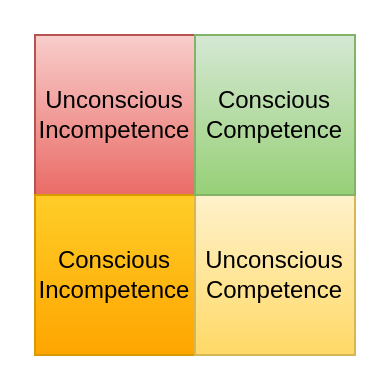
Above: stages-of-competence.drawio in nelly2k/notes (draw.io), before the change. Source tidied: cells renumbered, new cells numbered last; positions are measured from the earlier drawing's top-left corner, leaving out a move shared by most shapes. Both pictures are drawn from the tidied source at 200%, with x=0, y=0 at pixel (34, 34).
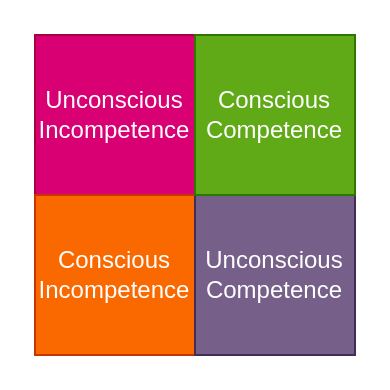
Above is the later version.

The edit, as a diff of the source:
```diff
@@
 <mxGraphModel>
   <root>
     <mxCell id="0" />
     <mxCell id="1" parent="0" />
-    <mxCell id="2" value="Unconscious&lt;br&gt;Incompetence" style="whiteSpace=wrap;html=1;gradientColor=#ea6b66;fillColor=#f8cecc;strokeColor=#b85450;" parent="1" vertex="1">
+    <mxCell id="2" value="Unconscious&lt;br&gt;Incompetence" style="whiteSpace=wrap;html=1;fillColor=#d80073;strokeColor=#A50040;fontColor=#ffffff;" parent="1" vertex="1">
       <mxGeometry width="80" height="80" as="geometry" />
     </mxCell>
-    <mxCell id="3" value="Conscious&lt;br&gt;Incompetence" style="whiteSpace=wrap;html=1;gradientColor=#ffa500;fillColor=#ffcd28;strokeColor=#d79b00;" parent="1" vertex="1">
+    <mxCell id="3" value="Conscious&lt;br&gt;Incompetence" style="whiteSpace=wrap;html=1;fillColor=#fa6800;strokeColor=#C73500;fontColor=#ffffff;" parent="1" vertex="1">
       <mxGeometry y="80" width="80" height="80" as="geometry" />
     </mxCell>
-    <mxCell id="4" value="Unconscious&lt;br&gt;Competence" style="whiteSpace=wrap;html=1;gradientColor=#ffd966;fillColor=#fff2cc;strokeColor=#d6b656;" parent="1" vertex="1">
+    <mxCell id="4" value="Unconscious&lt;br&gt;Competence" style="whiteSpace=wrap;html=1;fillColor=#76608a;strokeColor=#432D57;fontColor=#ffffff;" parent="1" vertex="1">
       <mxGeometry x="80" y="80" width="80" height="80" as="geometry" />
     </mxCell>
-    <mxCell id="5" value="Conscious&lt;br&gt;Competence" style="whiteSpace=wrap;html=1;gradientColor=#97d077;fillColor=#d5e8d4;strokeColor=#82b366;" parent="1" vertex="1">
+    <mxCell id="5" value="Conscious&lt;br&gt;Competence" style="whiteSpace=wrap;html=1;fillColor=#60a917;strokeColor=#2D7600;fontColor=#ffffff;" parent="1" vertex="1">
       <mxGeometry x="80" width="80" height="80" as="geometry" />
     </mxCell>
   </root>
 </mxGraphModel>
```
